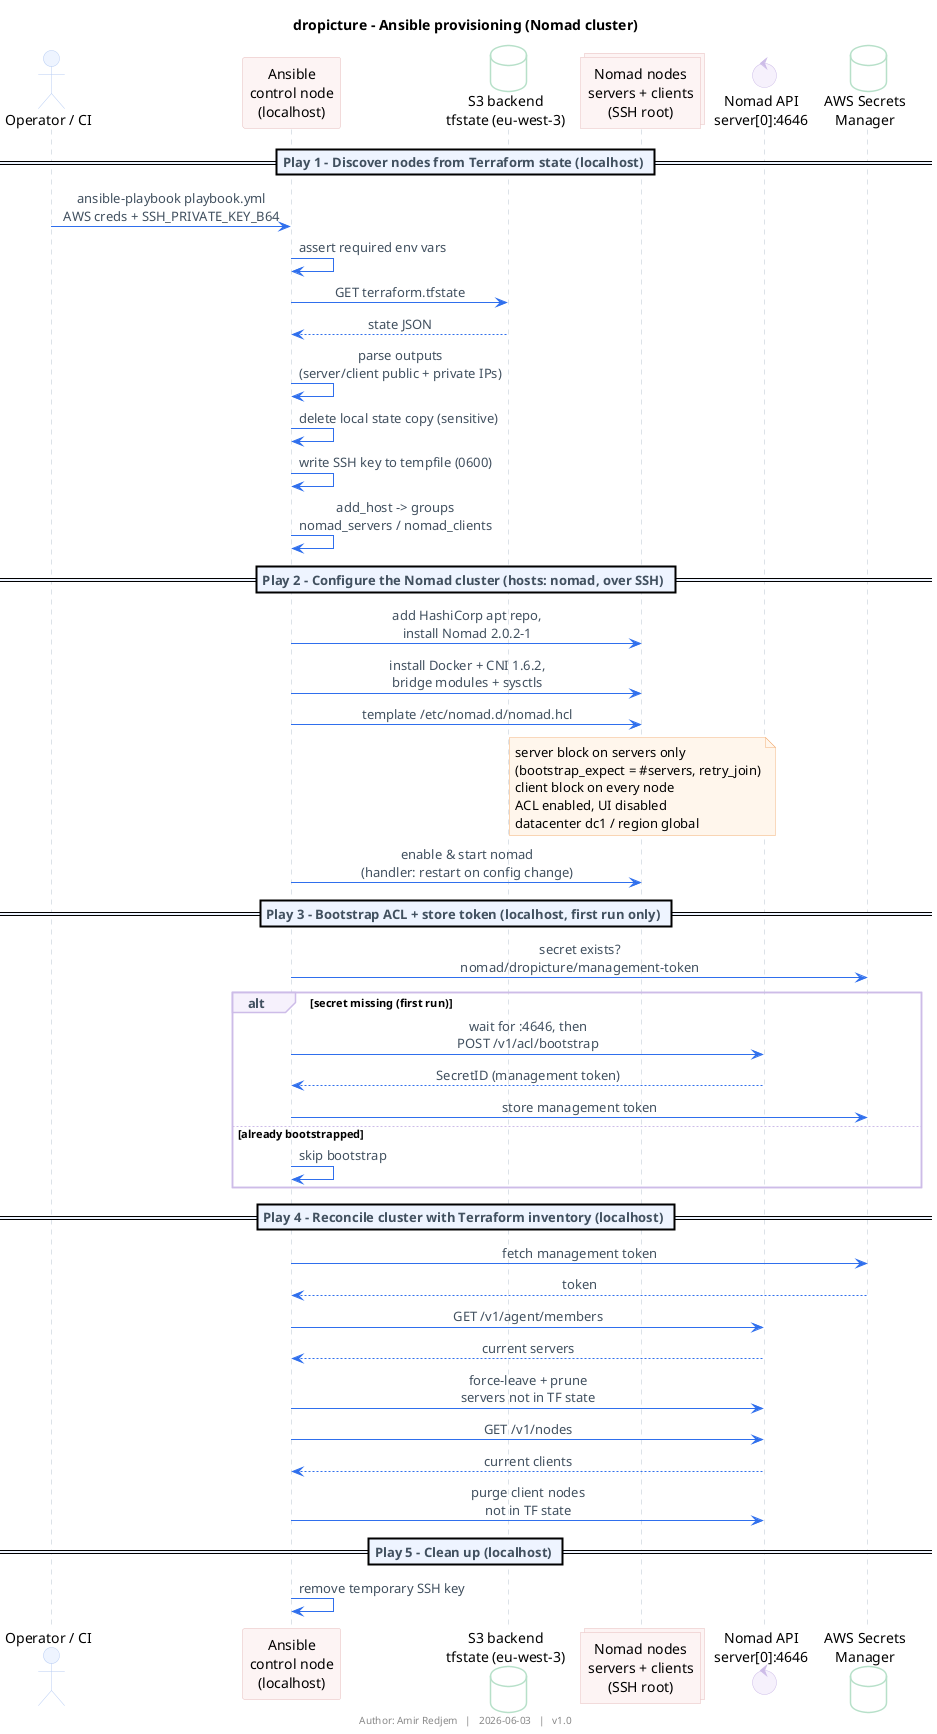
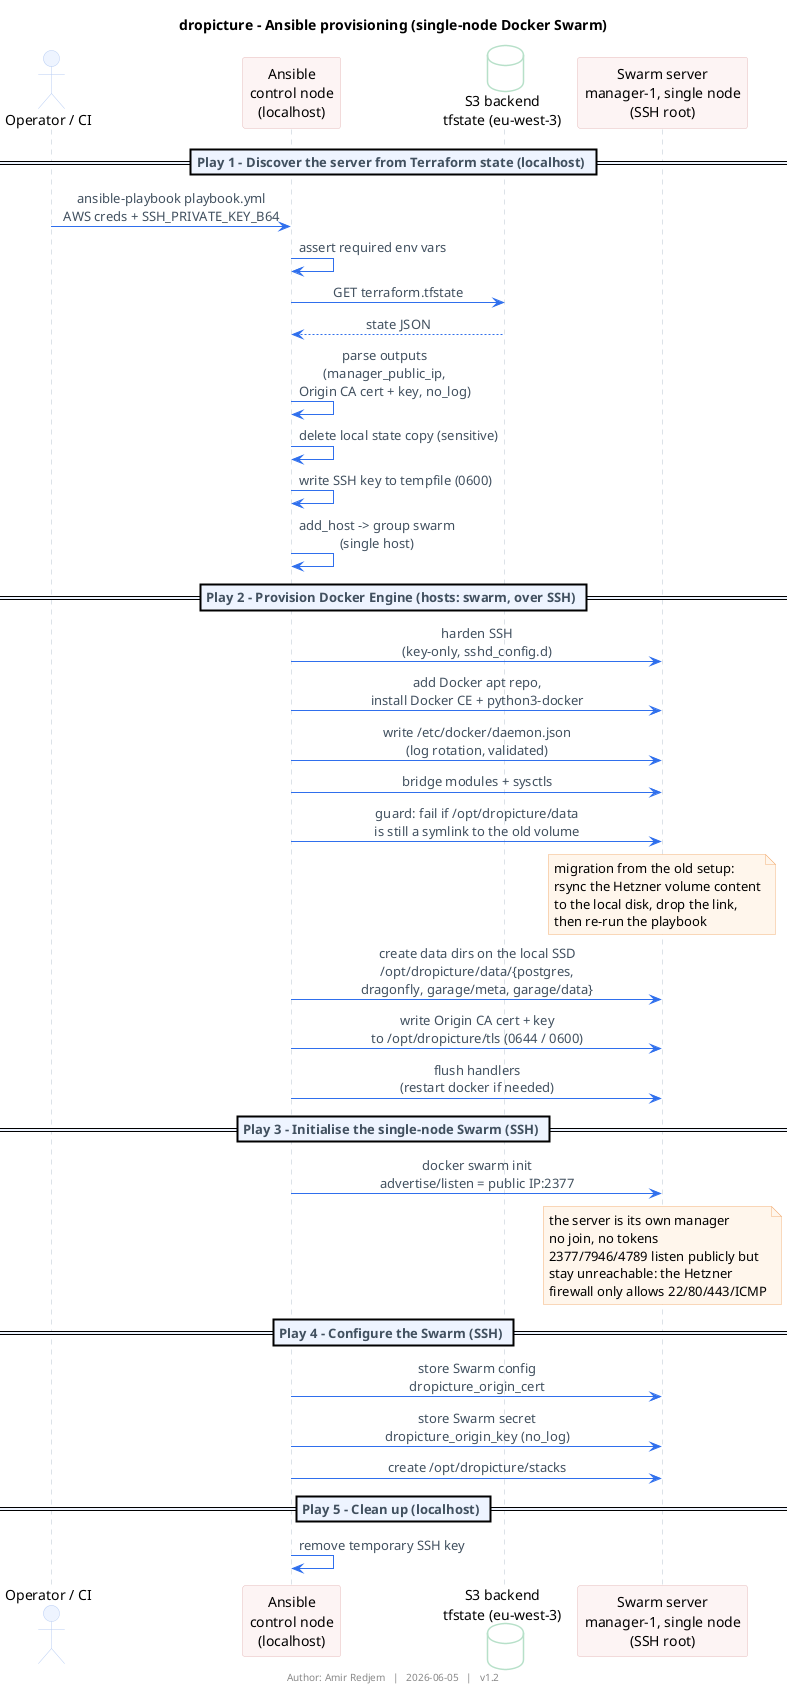
@startuml ansible
- title dropicture - Ansible provisioning (Nomad cluster)
- footer Author: Amir Redjem   |   2026-06-03   |   v1.0
+ title dropicture - Ansible provisioning (single-node Docker Swarm)
+ footer Author: Amir Redjem   |   2026-06-05   |   v1.2

skinparam shadowing false
skinparam defaultFontName Helvetica
skinparam ArrowColor #2F6FED
skinparam ArrowFontColor #41505F
skinparam sequenceMessageAlign center
skinparam ParticipantBackgroundColor #FDF4F4
skinparam ParticipantBorderColor #E6BCBC
skinparam ActorBackgroundColor #EEF4FF
skinparam ActorBorderColor #B8CDF3
skinparam DatabaseBackgroundColor #FFFFFF
skinparam DatabaseBorderColor #B7E0C9
- skinparam CollectionsBackgroundColor #FDF4F4
- skinparam CollectionsBorderColor #E6BCBC
- skinparam ControlBackgroundColor #F6F1FC
- skinparam ControlBorderColor #CDBCE8
skinparam SequenceLifeLineBorderColor #B8C4D0
skinparam SequenceDividerBackgroundColor #EEF4FF
skinparam SequenceDividerFontColor #41505F
skinparam SequenceGroupBackgroundColor #F6F1FC
skinparam SequenceGroupBorderColor #CDBCE8
skinparam SequenceGroupHeaderFontColor #41505F
skinparam noteBackgroundColor #FFF6EC
skinparam noteBorderColor #F3B27A

actor "Operator / CI" as op
participant "Ansible\ncontrol node\n(localhost)" as ans
database "S3 backend\ntfstate (eu-west-3)" as s3
- collections "Nomad nodes\nservers + clients\n(SSH root)" as nodes
- control "Nomad API\nserver[0]:4646" as api
- database "AWS Secrets\nManager" as sm
+ participant "Swarm server\nmanager-1, single node\n(SSH root)" as srv

- == Play 1 - Discover nodes from Terraform state (localhost) ==
+ == Play 1 - Discover the server from Terraform state (localhost) ==
op -> ans : ansible-playbook playbook.yml\nAWS creds + SSH_PRIVATE_KEY_B64
ans -> ans : assert required env vars
ans -> s3 : GET terraform.tfstate
s3 --> ans : state JSON
- ans -> ans : parse outputs\n(server/client public + private IPs)
+ ans -> ans : parse outputs\n(manager_public_ip,\nOrigin CA cert + key, no_log)
ans -> ans : delete local state copy (sensitive)
ans -> ans : write SSH key to tempfile (0600)
- ans -> ans : add_host -> groups\nnomad_servers / nomad_clients
+ ans -> ans : add_host -> group swarm\n(single host)

- == Play 2 - Configure the Nomad cluster (hosts: nomad, over SSH) ==
- ans -> nodes : add HashiCorp apt repo,\ninstall Nomad 2.0.2-1
- ans -> nodes : install Docker + CNI 1.6.2,\nbridge modules + sysctls
- ans -> nodes : template /etc/nomad.d/nomad.hcl
- note over nodes
-   server block on servers only
-   (bootstrap_expect = #servers, retry_join)
-   client block on every node
-   ACL enabled, UI disabled
-   datacenter dc1 / region global
+ == Play 2 - Provision Docker Engine (hosts: swarm, over SSH) ==
+ ans -> srv : harden SSH\n(key-only, sshd_config.d)
+ ans -> srv : add Docker apt repo,\ninstall Docker CE + python3-docker
+ ans -> srv : write /etc/docker/daemon.json\n(log rotation, validated)
+ ans -> srv : bridge modules + sysctls
+ ans -> srv : guard: fail if /opt/dropicture/data\nis still a symlink to the old volume
+ note over srv
+   migration from the old setup:
+   rsync the Hetzner volume content
+   to the local disk, drop the link,
+   then re-run the playbook
end note
- ans -> nodes : enable & start nomad\n(handler: restart on config change)
+ ans -> srv : create data dirs on the local SSD\n/opt/dropicture/data/{postgres,\ndragonfly, garage/meta, garage/data}
+ ans -> srv : write Origin CA cert + key\nto /opt/dropicture/tls (0644 / 0600)
+ ans -> srv : flush handlers\n(restart docker if needed)

- == Play 3 - Bootstrap ACL + store token (localhost, first run only) ==
- ans -> sm : secret exists?\nnomad/dropicture/management-token
- alt secret missing (first run)
-   ans -> api : wait for :4646, then\nPOST /v1/acl/bootstrap
-   api --> ans : SecretID (management token)
-   ans -> sm : store management token
- else already bootstrapped
-   ans -> ans : skip bootstrap
- end
+ == Play 3 - Initialise the single-node Swarm (SSH) ==
+ ans -> srv : docker swarm init\nadvertise/listen = public IP:2377
+ note over srv
+   the server is its own manager
+   no join, no tokens
+   2377/7946/4789 listen publicly but
+   stay unreachable: the Hetzner
+   firewall only allows 22/80/443/ICMP
+ end note

- == Play 4 - Reconcile cluster with Terraform inventory (localhost) ==
- ans -> sm : fetch management token
- sm --> ans : token
- ans -> api : GET /v1/agent/members
- api --> ans : current servers
- ans -> api : force-leave + prune\nservers not in TF state
- ans -> api : GET /v1/nodes
- api --> ans : current clients
- ans -> api : purge client nodes\nnot in TF state
+ == Play 4 - Configure the Swarm (SSH) ==
+ ans -> srv : store Swarm config\ndropicture_origin_cert
+ ans -> srv : store Swarm secret\ndropicture_origin_key (no_log)
+ ans -> srv : create /opt/dropicture/stacks

== Play 5 - Clean up (localhost) ==
ans -> ans : remove temporary SSH key

- @enduml
+ @enduml